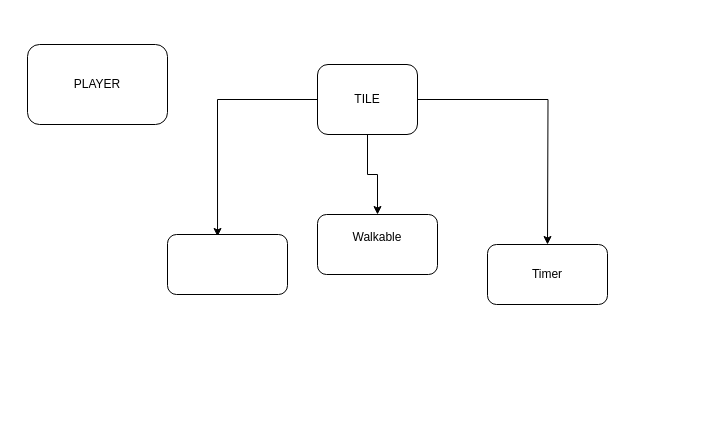
The draw.io diagram Diagramma senza titolo.drawio in salvolannister/TuringGlobalGameJam, before the edit. Source tidied: cells renumbered, new cells numbered last; positions are measured from the earlier drawing's top-left corner, leaving out a move shared by most shapes. Both pictures are drawn from the tidied source at 100%, with x=0, y=0 at pixel (27, 44).
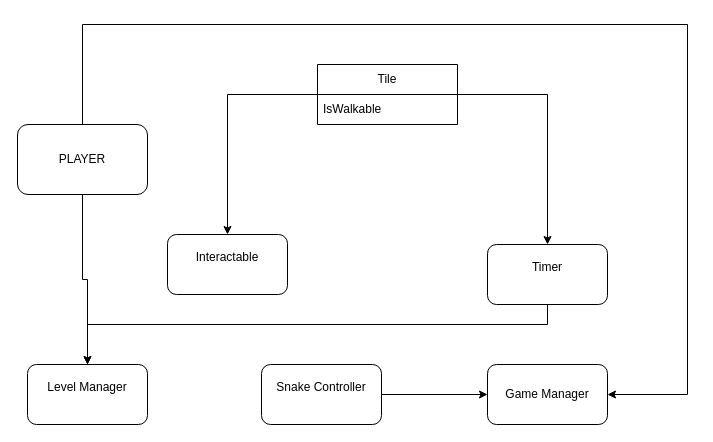
Above is the later version.

Change to the diagram source:
```diff
@@
 <mxGraphModel>
   <root>
     <mxCell id="0" />
     <mxCell id="1" parent="0" />
+    <mxCell id="10" style="edgeStyle=orthogonalEdgeStyle;rounded=0;jettySize=auto;html=1;" parent="1" edge="1" source="2" target="13">
+      <mxGeometry relative="1" as="geometry" />
+    </mxCell>
+    <mxCell id="11" style="edgeStyle=orthogonalEdgeStyle;rounded=0;jettySize=auto;html=1;" parent="1" edge="1" source="2" target="16">
+      <mxGeometry relative="1" as="geometry">
+        <Array as="points">
+          <mxPoint x="55" y="-20" />
+          <mxPoint x="660" y="-20" />
+          <mxPoint x="660" y="350" />
+        </Array>
+      </mxGeometry>
+    </mxCell>
     <mxCell id="2" value="PLAYER" style="rounded=1;whiteSpace=wrap;html=1;" parent="1" vertex="1">
-      <mxGeometry width="140" height="80" as="geometry" />
+      <mxGeometry x="-10" y="80" width="130" height="70" as="geometry" />
     </mxCell>
-    <mxCell id="3" style="edgeStyle=orthogonalEdgeStyle;rounded=0;jettySize=auto;html=1;" parent="1" edge="1" source="6" target="7">
-      <mxGeometry relative="1" as="geometry" />
-    </mxCell>
-    <mxCell id="4" style="edgeStyle=orthogonalEdgeStyle;rounded=0;jettySize=auto;html=1;" parent="1" edge="1" source="6">
-      <mxGeometry relative="1" as="geometry">
-        <mxPoint x="520" y="200" as="targetPoint" />
-      </mxGeometry>
-    </mxCell>
-    <mxCell id="5" style="edgeStyle=orthogonalEdgeStyle;rounded=0;jettySize=auto;html=1;exitX=0;exitY=0.5;exitDx=0;exitDy=0;entryX=0.417;entryY=0.033;entryDx=0;entryDy=0;entryPerimeter=0;" parent="1" edge="1" source="6" target="9">
-      <mxGeometry relative="1" as="geometry">
-        <Array as="points">
-          <mxPoint x="190" y="55" />
-        </Array>
-      </mxGeometry>
-    </mxCell>
-    <mxCell id="6" value="TILE" style="rounded=1;whiteSpace=wrap;html=1;" parent="1" vertex="1">
-      <mxGeometry x="290" y="20" width="100" height="70" as="geometry" />
-    </mxCell>
-    <mxCell id="7" value="&lt;div&gt;Walkable&lt;/div&gt;&lt;div&gt;&lt;br&gt;&lt;/div&gt;" style="rounded=1;whiteSpace=wrap;html=1;" parent="1" vertex="1">
-      <mxGeometry x="290" y="170" width="120" height="60" as="geometry" />
-    </mxCell>
+    <mxCell id="12" style="edgeStyle=orthogonalEdgeStyle;rounded=0;jettySize=auto;html=1;" parent="1" edge="1" source="8" target="13">
+      <mxGeometry relative="1" as="geometry">
+        <Array as="points">
+          <mxPoint x="520" y="280" />
+          <mxPoint x="60" y="280" />
+        </Array>
+      </mxGeometry>
+    </mxCell>
-    <mxCell id="8" value="Timer" style="rounded=1;whiteSpace=wrap;html=1;" parent="1" vertex="1">
+    <mxCell id="8" value="&lt;div&gt;Timer&lt;/div&gt;&lt;div&gt;&lt;br&gt;&lt;/div&gt;" style="rounded=1;whiteSpace=wrap;html=1;" parent="1" vertex="1">
       <mxGeometry x="460" y="200" width="120" height="60" as="geometry" />
     </mxCell>
-    <mxCell id="9" style="rounded=1;whiteSpace=wrap;html=1;" parent="1" vertex="1">
+    <mxCell id="9" value="&lt;div&gt;Interactable&lt;/div&gt;&lt;div&gt;&lt;br&gt;&lt;/div&gt;" style="rounded=1;whiteSpace=wrap;html=1;" parent="1" vertex="1">
       <mxGeometry x="140" y="190" width="120" height="60" as="geometry" />
     </mxCell>
+    <mxCell id="13" value="&lt;div&gt;Level Manager&lt;/div&gt;&lt;div&gt;&lt;br&gt;&lt;/div&gt;" style="rounded=1;whiteSpace=wrap;html=1;" parent="1" vertex="1">
+      <mxGeometry y="320" width="120" height="60" as="geometry" />
+    </mxCell>
+    <mxCell id="14" style="edgeStyle=orthogonalEdgeStyle;rounded=0;jettySize=auto;html=1;" parent="1" edge="1" source="15" target="16">
+      <mxGeometry relative="1" as="geometry" />
+    </mxCell>
+    <mxCell id="15" value="&lt;div&gt;Snake Controller&lt;/div&gt;&lt;div&gt;&lt;br&gt;&lt;/div&gt;" style="rounded=1;whiteSpace=wrap;html=1;" parent="1" vertex="1">
+      <mxGeometry x="234" y="320" width="120" height="60" as="geometry" />
+    </mxCell>
+    <mxCell id="16" value="&lt;div&gt;Game Manager&lt;/div&gt;" style="rounded=1;whiteSpace=wrap;html=1;" parent="1" vertex="1">
+      <mxGeometry x="460" y="320" width="120" height="60" as="geometry" />
+    </mxCell>
+    <mxCell id="17" style="edgeStyle=orthogonalEdgeStyle;rounded=0;jettySize=auto;html=1;" parent="1" edge="1" source="19" target="9">
+      <mxGeometry relative="1" as="geometry" />
+    </mxCell>
+    <mxCell id="18" style="edgeStyle=orthogonalEdgeStyle;rounded=0;jettySize=auto;html=1;" parent="1" edge="1" source="19" target="8">
+      <mxGeometry relative="1" as="geometry" />
+    </mxCell>
+    <mxCell id="19" value="Tile" style="swimlane;fontStyle=0;horizontal=1;startSize=30;whiteSpace=wrap;html=1;" parent="1" vertex="1">
+      <mxGeometry x="290" y="20" width="140" height="60" as="geometry" />
+    </mxCell>
+    <mxCell id="20" value="IsWalkable" style="text;strokeColor=none;fillColor=none;align=left;verticalAlign=middle;spacingLeft=4;spacingRight=4;overflow=hidden;whiteSpace=wrap;html=1;" parent="19" vertex="1">
+      <mxGeometry y="30" width="140" height="30" as="geometry" />
+    </mxCell>
   </root>
 </mxGraphModel>
```
